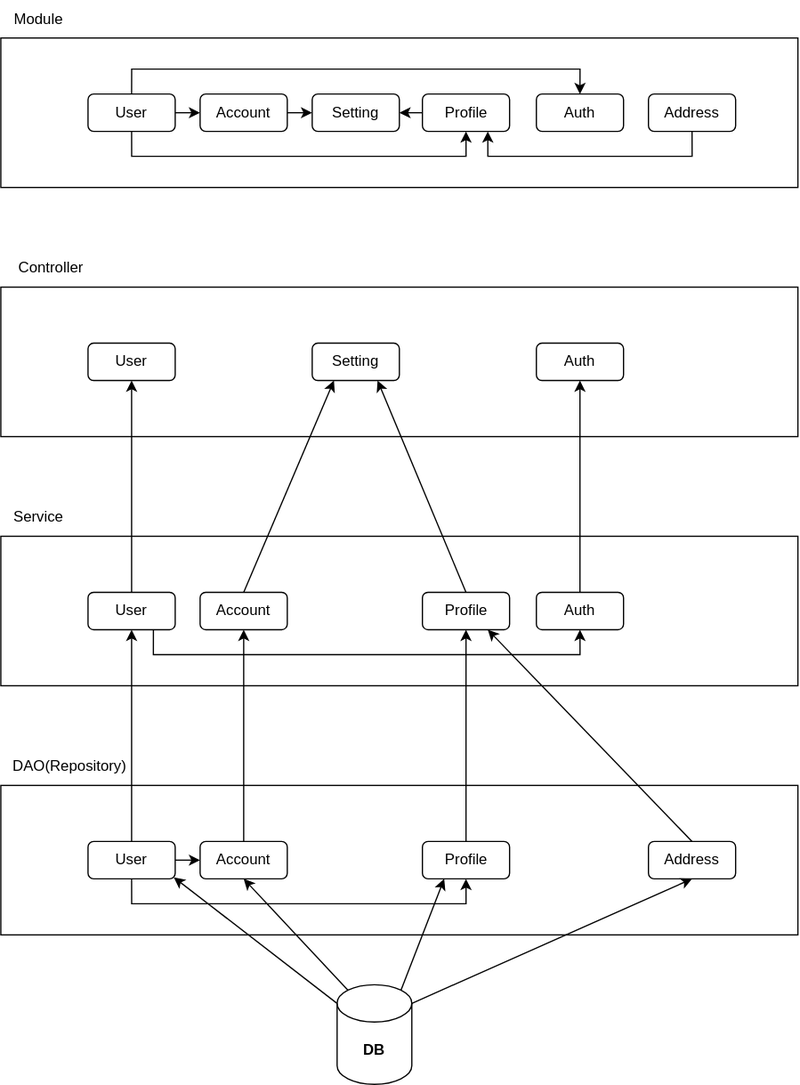
1Dohyeon/RentEase keeps this draw.io diagram as docs/uml/design-pattern.drawio.svg. Above is the earlier version. Source tidied: cells renumbered, new cells last; positions are measured from the earlier drawing's top-left corner, leaving out a move shared by most shapes.
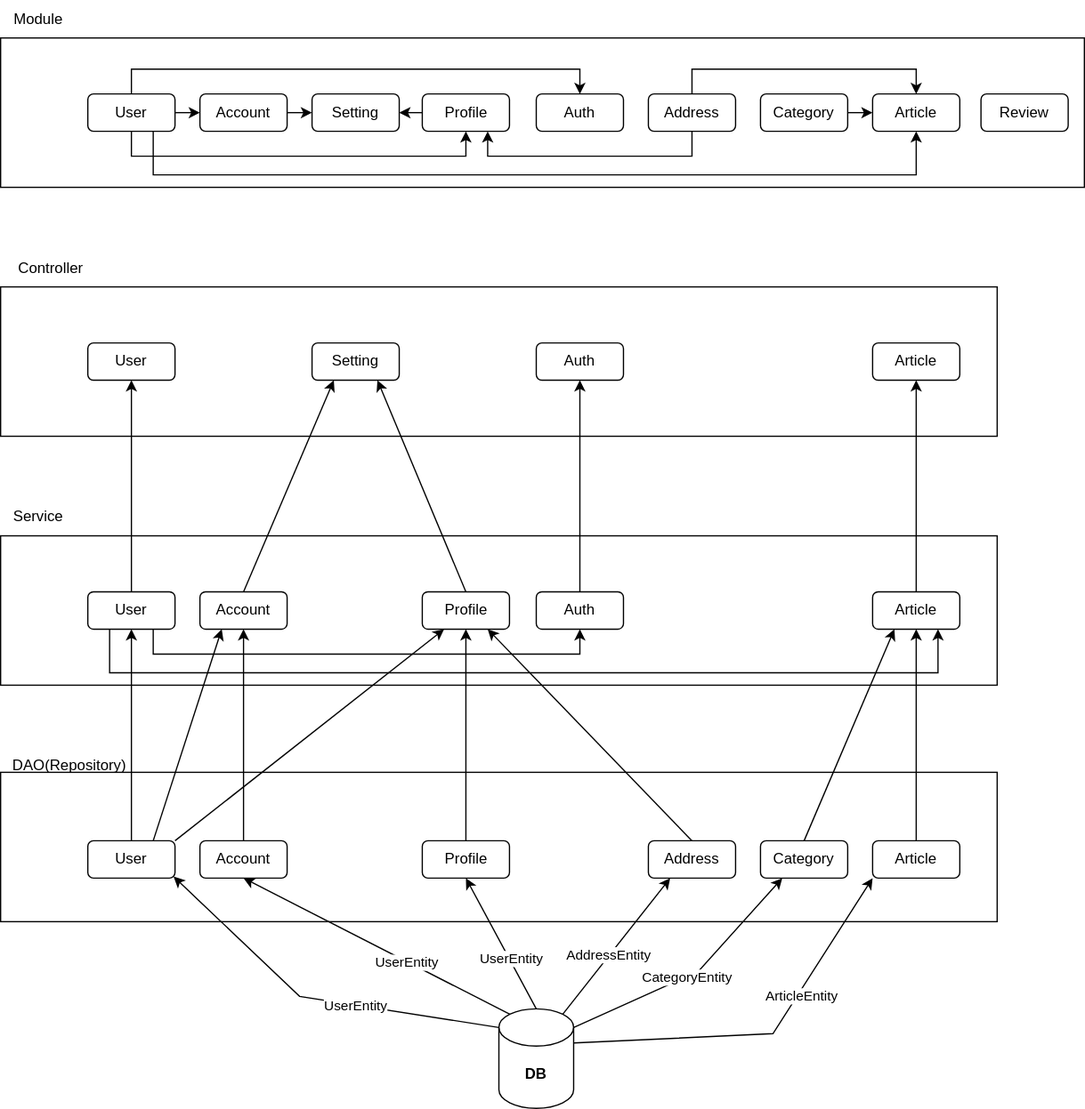
The same file after the commit.

Commit message:
ADD: article, category 추가

What changed in the source:
```diff
@@ -3,16 +3,16 @@
     <mxCell id="0" />
     <mxCell id="1" parent="0" />
     <mxCell id="2" value="&lt;b&gt;DB&lt;/b&gt;" style="shape=cylinder3;whiteSpace=wrap;html=1;boundedLbl=1;backgroundOutline=1;size=15;" parent="1" vertex="1">
-      <mxGeometry x="270" y="790" width="60" height="80" as="geometry" />
+      <mxGeometry x="400" y="810" width="60" height="80" as="geometry" />
     </mxCell>
     <mxCell id="3" style="rounded=0;whiteSpace=wrap;html=1;" parent="1" vertex="1">
-      <mxGeometry y="230" width="640" height="120" as="geometry" />
+      <mxGeometry y="230" width="800" height="120" as="geometry" />
     </mxCell>
     <mxCell id="4" style="rounded=0;whiteSpace=wrap;html=1;" parent="1" vertex="1">
-      <mxGeometry y="430" width="640" height="120" as="geometry" />
+      <mxGeometry y="430" width="800" height="120" as="geometry" />
     </mxCell>
     <mxCell id="5" style="rounded=0;whiteSpace=wrap;html=1;" parent="1" vertex="1">
-      <mxGeometry y="630" width="640" height="120" as="geometry" />
+      <mxGeometry y="620" width="800" height="120" as="geometry" />
     </mxCell>
     <mxCell id="6" value="Controller" style="text;html=1;align=center;verticalAlign=middle;strokeColor=none;fillColor=none;" parent="1" vertex="1">
       <mxGeometry y="200" width="80" height="30" as="geometry" />
@@ -32,11 +32,20 @@
     <mxCell id="11" style="edgeStyle=orthogonalEdgeStyle;rounded=0;jettySize=auto;html=1;exitX=0.75;exitY=1;exitDx=0;exitDy=0;entryX=0.5;entryY=1;entryDx=0;entryDy=0;" parent="1" edge="1" source="12" target="39">
       <mxGeometry relative="1" as="geometry" />
     </mxCell>
+    <mxCell id="49" style="edgeStyle=orthogonalEdgeStyle;rounded=0;jettySize=auto;html=1;exitX=0.25;exitY=1;exitDx=0;exitDy=0;entryX=0.75;entryY=1;entryDx=0;entryDy=0;" parent="1" edge="1" source="12" target="62">
+      <mxGeometry relative="1" as="geometry">
+        <Array as="points">
+          <mxPoint x="88" y="540" />
+          <mxPoint x="753" y="540" />
+          <mxPoint x="753" y="505" />
+        </Array>
+      </mxGeometry>
+    </mxCell>
     <mxCell id="12" value="User" style="rounded=1;whiteSpace=wrap;html=1;" parent="1" vertex="1">
       <mxGeometry x="70" y="475" width="70" height="30" as="geometry" />
     </mxCell>
     <mxCell id="13" style="rounded=0;whiteSpace=wrap;html=1;" parent="1" vertex="1">
-      <mxGeometry y="30" width="640" height="120" as="geometry" />
+      <mxGeometry y="30" width="870" height="120" as="geometry" />
     </mxCell>
     <mxCell id="14" value="Module" style="text;html=1;align=center;verticalAlign=middle;strokeColor=none;fillColor=none;" parent="1" vertex="1">
       <mxGeometry width="60" height="30" as="geometry" />
@@ -50,24 +59,36 @@
     <mxCell id="17" style="edgeStyle=orthogonalEdgeStyle;rounded=0;jettySize=auto;html=1;exitX=0.5;exitY=0;exitDx=0;exitDy=0;entryX=0.5;entryY=0;entryDx=0;entryDy=0;" parent="1" edge="1" source="18" target="29">
       <mxGeometry relative="1" as="geometry" />
     </mxCell>
+    <mxCell id="50" style="edgeStyle=orthogonalEdgeStyle;rounded=0;jettySize=auto;html=1;exitX=0.75;exitY=1;exitDx=0;exitDy=0;entryX=0.5;entryY=1;entryDx=0;entryDy=0;" parent="1" edge="1" source="18" target="59">
+      <mxGeometry relative="1" as="geometry">
+        <Array as="points">
+          <mxPoint x="123" y="140" />
+          <mxPoint x="735" y="140" />
+        </Array>
+      </mxGeometry>
+    </mxCell>
     <mxCell id="18" value="User" style="rounded=1;whiteSpace=wrap;html=1;" parent="1" vertex="1">
       <mxGeometry x="70" y="75" width="70" height="30" as="geometry" />
     </mxCell>
     <mxCell id="19" style="edgeStyle=orthogonalEdgeStyle;rounded=0;jettySize=auto;html=1;exitX=0.5;exitY=0;exitDx=0;exitDy=0;entryX=0.5;entryY=1;entryDx=0;entryDy=0;" parent="1" edge="1" source="22" target="12">
       <mxGeometry relative="1" as="geometry" />
     </mxCell>
-    <mxCell id="20" style="edgeStyle=orthogonalEdgeStyle;rounded=0;jettySize=auto;html=1;exitX=1;exitY=0.5;exitDx=0;exitDy=0;entryX=0;entryY=0.5;entryDx=0;entryDy=0;" parent="1" edge="1" source="22" target="41">
-      <mxGeometry relative="1" as="geometry" />
-    </mxCell>
-    <mxCell id="21" style="edgeStyle=orthogonalEdgeStyle;rounded=0;jettySize=auto;html=1;exitX=0.5;exitY=1;exitDx=0;exitDy=0;entryX=0.5;entryY=1;entryDx=0;entryDy=0;" parent="1" edge="1" source="22" target="43">
-      <mxGeometry relative="1" as="geometry" />
-    </mxCell>
+    <mxCell id="51" style="rounded=0;jettySize=auto;html=1;exitX=0.75;exitY=0;exitDx=0;exitDy=0;entryX=0.25;entryY=1;entryDx=0;entryDy=0;" parent="1" edge="1" source="22" target="35">
+      <mxGeometry relative="1" as="geometry" />
+    </mxCell>
     <mxCell id="22" value="User" style="rounded=1;whiteSpace=wrap;html=1;" parent="1" vertex="1">
       <mxGeometry x="70" y="675" width="70" height="30" as="geometry" />
     </mxCell>
     <mxCell id="23" style="endArrow=classic;html=1;rounded=0;exitX=0;exitY=0;exitDx=0;exitDy=15;exitPerimeter=0;entryX=0.984;entryY=0.959;entryDx=0;entryDy=0;entryPerimeter=0;" parent="1" edge="1" source="2" target="22">
-      <mxGeometry relative="1" as="geometry" />
+      <mxGeometry relative="1" as="geometry">
+        <Array as="points">
+          <mxPoint x="240" y="800" />
+        </Array>
+      </mxGeometry>
     </mxCell>
+    <mxCell id="52" value="UserEntity" style="edgeLabel;html=1;align=center;verticalAlign=middle;" parent="23" vertex="1">
+      <mxGeometry x="-0.22" y="1" relative="1" as="geometry" />
+    </mxCell>
     <mxCell id="24" value="Setting" style="rounded=1;whiteSpace=wrap;html=1;" parent="1" vertex="1">
       <mxGeometry x="250" y="75" width="70" height="30" as="geometry" />
     </mxCell>
@@ -89,6 +110,9 @@
     <mxCell id="30" style="edgeStyle=orthogonalEdgeStyle;rounded=0;jettySize=auto;html=1;exitX=0.5;exitY=1;exitDx=0;exitDy=0;entryX=0.75;entryY=1;entryDx=0;entryDy=0;" parent="1" edge="1" source="31" target="28">
       <mxGeometry relative="1" as="geometry" />
     </mxCell>
+    <mxCell id="53" style="edgeStyle=orthogonalEdgeStyle;rounded=0;jettySize=auto;html=1;exitX=0.5;exitY=0;exitDx=0;exitDy=0;entryX=0.5;entryY=0;entryDx=0;entryDy=0;" parent="1" edge="1" source="31" target="59">
+      <mxGeometry relative="1" as="geometry" />
+    </mxCell>
     <mxCell id="31" value="Address" style="rounded=1;whiteSpace=wrap;html=1;" parent="1" vertex="1">
       <mxGeometry x="520" y="75" width="70" height="30" as="geometry" />
     </mxCell>
@@ -137,11 +161,76 @@
     <mxCell id="46" style="rounded=0;jettySize=auto;html=1;exitX=0.145;exitY=0;exitDx=0;exitDy=4.35;exitPerimeter=0;entryX=0.5;entryY=1;entryDx=0;entryDy=0;" parent="1" edge="1" source="2" target="41">
       <mxGeometry relative="1" as="geometry" />
     </mxCell>
+    <mxCell id="54" value="UserEntity" style="edgeLabel;html=1;align=center;verticalAlign=middle;" parent="46" vertex="1">
+      <mxGeometry x="-0.22" y="1" relative="1" as="geometry" />
+    </mxCell>
-    <mxCell id="47" style="rounded=0;jettySize=auto;html=1;exitX=0.855;exitY=0;exitDx=0;exitDy=4.35;exitPerimeter=0;entryX=0.25;entryY=1;entryDx=0;entryDy=0;" parent="1" edge="1" source="2" target="43">
+    <mxCell id="47" style="rounded=0;jettySize=auto;html=1;exitX=0.5;exitY=0;exitDx=0;exitDy=0;exitPerimeter=0;entryX=0.5;entryY=1;entryDx=0;entryDy=0;" parent="1" edge="1" source="2" target="43">
       <mxGeometry relative="1" as="geometry" />
     </mxCell>
+    <mxCell id="55" value="UserEntity" style="edgeLabel;html=1;align=center;verticalAlign=middle;" parent="47" vertex="1">
+      <mxGeometry x="-0.23" y="-1" relative="1" as="geometry" />
+    </mxCell>
-    <mxCell id="48" style="rounded=0;jettySize=auto;html=1;exitX=1;exitY=0;exitDx=0;exitDy=15;exitPerimeter=0;entryX=0.5;entryY=1;entryDx=0;entryDy=0;" parent="1" edge="1" source="2" target="45">
+    <mxCell id="48" style="rounded=0;jettySize=auto;html=1;exitX=0.855;exitY=0;exitDx=0;exitDy=4.35;exitPerimeter=0;entryX=0.25;entryY=1;entryDx=0;entryDy=0;" parent="1" edge="1" source="2" target="45">
       <mxGeometry relative="1" as="geometry" />
     </mxCell>
+    <mxCell id="56" value="AddressEntity" style="edgeLabel;html=1;align=center;verticalAlign=middle;" parent="48" vertex="1">
+      <mxGeometry x="-0.14" y="1" relative="1" as="geometry" />
+    </mxCell>
+    <mxCell id="57" style="edgeStyle=orthogonalEdgeStyle;rounded=0;jettySize=auto;html=1;exitX=1;exitY=0.5;exitDx=0;exitDy=0;entryX=0;entryY=0.5;entryDx=0;entryDy=0;" parent="1" edge="1" source="58" target="59">
+      <mxGeometry relative="1" as="geometry" />
+    </mxCell>
+    <mxCell id="58" value="Category" style="rounded=1;whiteSpace=wrap;html=1;" parent="1" vertex="1">
+      <mxGeometry x="610" y="75" width="70" height="30" as="geometry" />
+    </mxCell>
+    <mxCell id="59" value="Article" style="rounded=1;whiteSpace=wrap;html=1;" parent="1" vertex="1">
+      <mxGeometry x="700" y="75" width="70" height="30" as="geometry" />
+    </mxCell>
+    <mxCell id="60" value="Article" style="rounded=1;whiteSpace=wrap;html=1;" parent="1" vertex="1">
+      <mxGeometry x="700" y="275" width="70" height="30" as="geometry" />
+    </mxCell>
+    <mxCell id="61" style="edgeStyle=orthogonalEdgeStyle;rounded=0;jettySize=auto;html=1;exitX=0.5;exitY=0;exitDx=0;exitDy=0;entryX=0.5;entryY=1;entryDx=0;entryDy=0;" parent="1" edge="1" source="62" target="60">
+      <mxGeometry relative="1" as="geometry" />
+    </mxCell>
+    <mxCell id="62" value="Article" style="rounded=1;whiteSpace=wrap;html=1;" parent="1" vertex="1">
+      <mxGeometry x="700" y="475" width="70" height="30" as="geometry" />
+    </mxCell>
+    <mxCell id="63" style="edgeStyle=orthogonalEdgeStyle;rounded=0;jettySize=auto;html=1;exitX=0.5;exitY=0;exitDx=0;exitDy=0;entryX=0.5;entryY=1;entryDx=0;entryDy=0;" parent="1" edge="1" source="64" target="62">
+      <mxGeometry relative="1" as="geometry" />
+    </mxCell>
+    <mxCell id="64" value="Article" style="rounded=1;whiteSpace=wrap;html=1;" parent="1" vertex="1">
+      <mxGeometry x="700" y="675" width="70" height="30" as="geometry" />
+    </mxCell>
+    <mxCell id="65" style="rounded=0;jettySize=auto;html=1;exitX=1;exitY=0;exitDx=0;exitDy=15;exitPerimeter=0;entryX=0.25;entryY=1;entryDx=0;entryDy=0;" parent="1" edge="1" source="2" target="68">
+      <mxGeometry relative="1" as="geometry">
+        <Array as="points">
+          <mxPoint x="560" y="780" />
+        </Array>
+      </mxGeometry>
+    </mxCell>
+    <mxCell id="66" value="CategoryEntity" style="edgeLabel;html=1;align=center;verticalAlign=middle;" parent="65" vertex="1">
+      <mxGeometry x="-0.06" relative="1" as="geometry" />
+    </mxCell>
+    <mxCell id="67" style="rounded=0;jettySize=auto;html=1;exitX=0.5;exitY=0;exitDx=0;exitDy=0;entryX=0.25;entryY=1;entryDx=0;entryDy=0;" parent="1" edge="1" source="68" target="62">
+      <mxGeometry relative="1" as="geometry" />
+    </mxCell>
+    <mxCell id="68" value="Category" style="rounded=1;whiteSpace=wrap;html=1;" parent="1" vertex="1">
+      <mxGeometry x="610" y="675" width="70" height="30" as="geometry" />
+    </mxCell>
+    <mxCell id="69" style="rounded=0;jettySize=auto;html=1;exitX=1;exitY=0;exitDx=0;exitDy=27.5;exitPerimeter=0;entryX=0;entryY=1;entryDx=0;entryDy=0;" parent="1" edge="1" source="2" target="64">
+      <mxGeometry relative="1" as="geometry">
+        <Array as="points">
+          <mxPoint x="620" y="830" />
+        </Array>
+      </mxGeometry>
+    </mxCell>
+    <mxCell id="70" value="ArticleEntity" style="edgeLabel;html=1;align=center;verticalAlign=middle;" parent="69" vertex="1">
+      <mxGeometry x="0.28" y="-2" relative="1" as="geometry" />
+    </mxCell>
+    <mxCell id="71" style="rounded=0;jettySize=auto;html=1;exitX=1;exitY=0;exitDx=0;exitDy=0;entryX=0.25;entryY=1;entryDx=0;entryDy=0;" parent="1" edge="1" source="22" target="37">
+      <mxGeometry relative="1" as="geometry" />
+    </mxCell>
+    <mxCell id="72" value="Review" style="rounded=1;whiteSpace=wrap;html=1;" parent="1" vertex="1">
+      <mxGeometry x="787" y="75" width="70" height="30" as="geometry" />
+    </mxCell>
   </root>
 </mxGraphModel>
```
